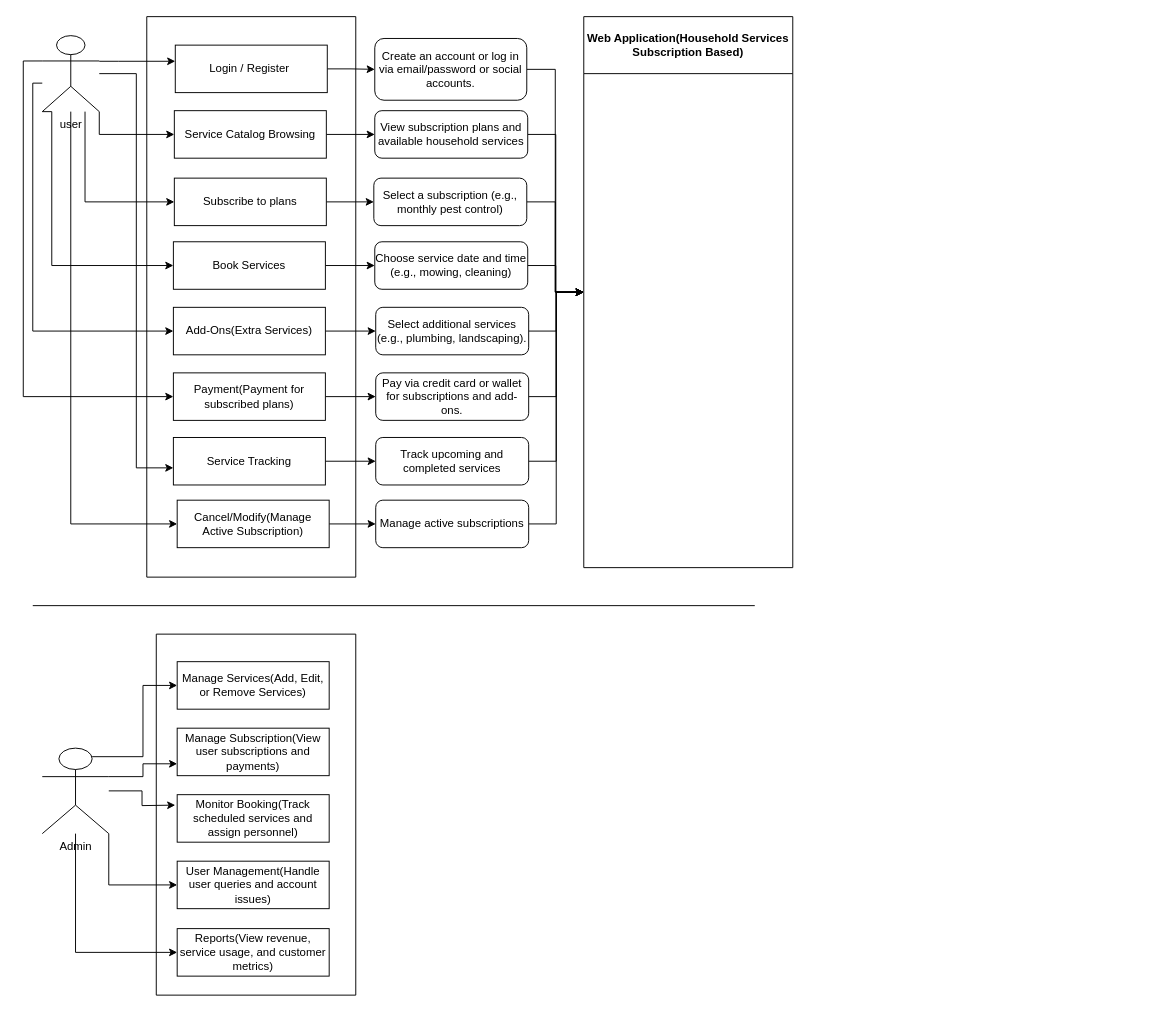
The draw.io diagram Untitled Diagram.drawio in revosambat/my_portfolio, before the edit. Source tidied: cells renumbered, new cells numbered last; positions are measured from the earlier drawing's top-left corner, leaving out a move shared by most shapes. Both pictures are drawn from the tidied source at 95%, with x=0, y=0 at pixel (32, 16).
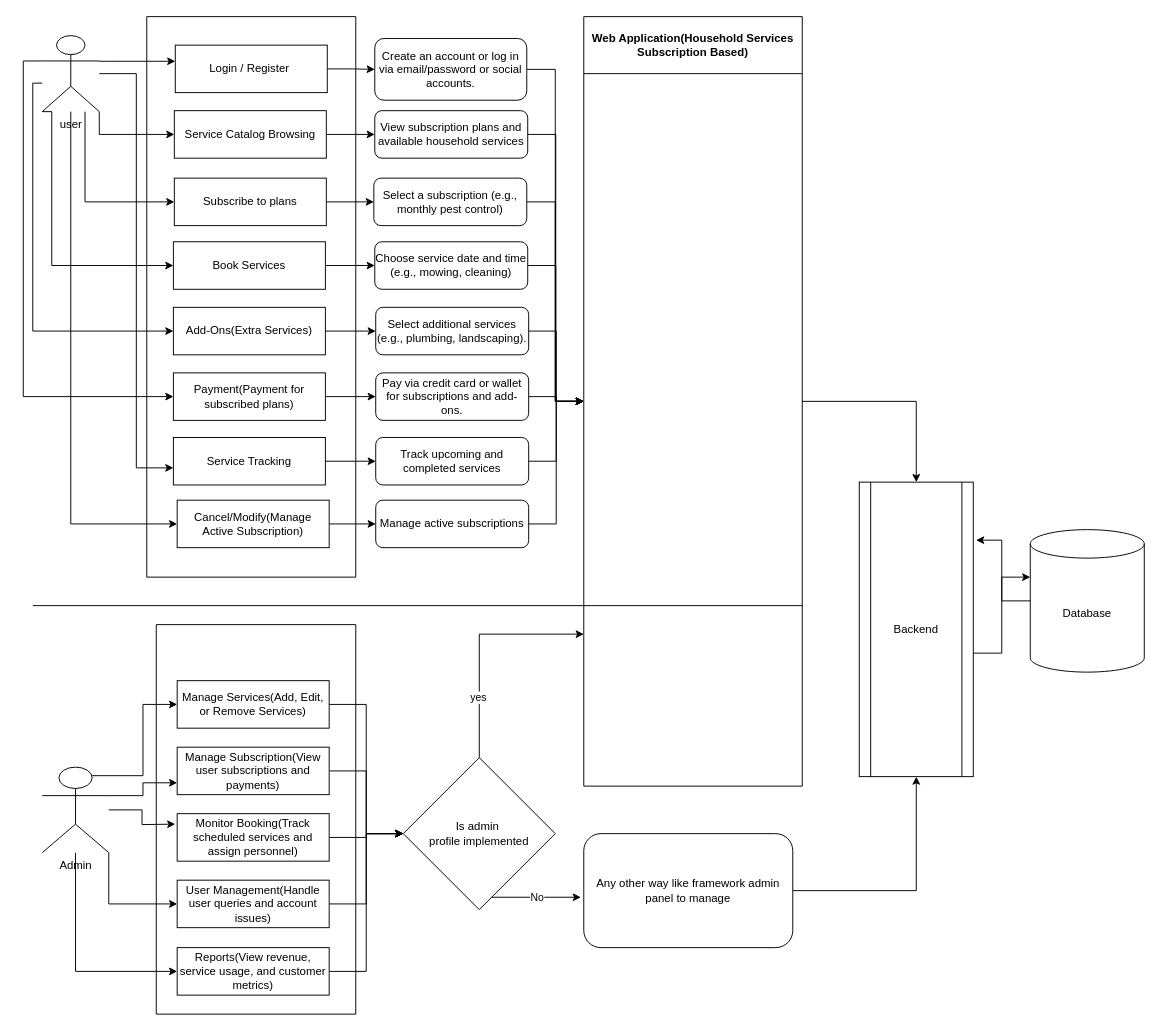
The same page after the edit.

Commit message:
total interaction with backend, complete design implemented

What changed in the source:
```diff
@@
     <mxCell id="14" style="edgeStyle=orthogonalEdgeStyle;rounded=0;jettySize=auto;html=1;" parent="1" edge="1" source="17">
       <mxGeometry relative="1" as="geometry">
-        <mxPoint x="150" y="830" as="targetPoint" />
+        <mxPoint x="150" y="850" as="targetPoint" />
       </mxGeometry>
     </mxCell>
     <mxCell id="15" style="edgeStyle=orthogonalEdgeStyle;rounded=0;jettySize=auto;html=1;entryX=0;entryY=0.5;entryDx=0;entryDy=0;" parent="1" edge="1" source="17" target="38">
       <mxGeometry relative="1" as="geometry">
         <Array as="points">
-          <mxPoint x="80" y="914" />
+          <mxPoint x="80" y="934" />
         </Array>
       </mxGeometry>
     </mxCell>
     <mxCell id="16" style="edgeStyle=orthogonalEdgeStyle;rounded=0;jettySize=auto;html=1;entryX=0;entryY=0.5;entryDx=0;entryDy=0;" parent="1" edge="1" source="17" target="39">
       <mxGeometry relative="1" as="geometry">
         <Array as="points">
-          <mxPoint x="45" y="985" />
+          <mxPoint x="45" y="1005" />
         </Array>
       </mxGeometry>
     </mxCell>
     <mxCell id="17" value="Admin" style="shape=umlActor;verticalLabelPosition=bottom;verticalAlign=top;html=1;outlineConnect=0;" parent="1" vertex="1">
-      <mxGeometry x="10" y="770" width="70" height="90" as="geometry" />
+      <mxGeometry x="10" y="790" width="70" height="90" as="geometry" />
     </mxCell>
@@
     <mxCell id="33" style="endArrow=none;html=1;rounded=0;" parent="1" edge="1">
       <mxGeometry relative="1" as="geometry">
         <mxPoint y="620" as="sourcePoint" />
-        <mxPoint x="760" y="620" as="targetPoint" />
+        <mxPoint x="810" y="620" as="targetPoint" />
       </mxGeometry>
     </mxCell>
@@
+    <mxCell id="58" style="edgeStyle=orthogonalEdgeStyle;rounded=0;jettySize=auto;html=1;entryX=0;entryY=0.5;entryDx=0;entryDy=0;" parent="1" edge="1" source="35" target="70">
+      <mxGeometry relative="1" as="geometry" />
+    </mxCell>
     <mxCell id="35" value="Manage Services(Add, Edit, or Remove Services)" style="rounded=0;whiteSpace=wrap;html=1;" parent="1" vertex="1">
-      <mxGeometry x="152" y="679" width="160" height="50" as="geometry" />
+      <mxGeometry x="152" y="699" width="160" height="50" as="geometry" />
     </mxCell>
+    <mxCell id="59" style="edgeStyle=orthogonalEdgeStyle;rounded=0;jettySize=auto;html=1;entryX=0;entryY=0.5;entryDx=0;entryDy=0;" parent="1" edge="1" source="36" target="70">
+      <mxGeometry relative="1" as="geometry" />
+    </mxCell>
     <mxCell id="36" value="Manage Subscription(View user subscriptions and payments)" style="rounded=0;whiteSpace=wrap;html=1;" parent="1" vertex="1">
-      <mxGeometry x="152" y="749" width="160" height="50" as="geometry" />
+      <mxGeometry x="152" y="769" width="160" height="50" as="geometry" />
     </mxCell>
+    <mxCell id="60" style="edgeStyle=orthogonalEdgeStyle;rounded=0;jettySize=auto;html=1;entryX=0;entryY=0.5;entryDx=0;entryDy=0;" parent="1" edge="1" source="37" target="70">
+      <mxGeometry relative="1" as="geometry" />
+    </mxCell>
     <mxCell id="37" value="Monitor Booking(Track scheduled services and assign personnel)" style="rounded=0;whiteSpace=wrap;html=1;" parent="1" vertex="1">
-      <mxGeometry x="152" y="819" width="160" height="50" as="geometry" />
+      <mxGeometry x="152" y="839" width="160" height="50" as="geometry" />
     </mxCell>
+    <mxCell id="61" style="edgeStyle=orthogonalEdgeStyle;rounded=0;jettySize=auto;html=1;entryX=0;entryY=0.5;entryDx=0;entryDy=0;" parent="1" edge="1" source="38" target="70">
+      <mxGeometry relative="1" as="geometry" />
+    </mxCell>
     <mxCell id="38" value="User Management(Handle user queries and account issues)" style="rounded=0;whiteSpace=wrap;html=1;" parent="1" vertex="1">
-      <mxGeometry x="152" y="889" width="160" height="50" as="geometry" />
+      <mxGeometry x="152" y="909" width="160" height="50" as="geometry" />
     </mxCell>
+    <mxCell id="62" style="edgeStyle=orthogonalEdgeStyle;rounded=0;jettySize=auto;html=1;entryX=0;entryY=0.5;entryDx=0;entryDy=0;" parent="1" edge="1" source="39" target="70">
+      <mxGeometry relative="1" as="geometry" />
+    </mxCell>
     <mxCell id="39" value="Reports(View revenue, service usage, and customer metrics)" style="rounded=0;whiteSpace=wrap;html=1;" parent="1" vertex="1">
-      <mxGeometry x="152" y="960" width="160" height="50" as="geometry" />
+      <mxGeometry x="152" y="980" width="160" height="50" as="geometry" />
     </mxCell>
@@
+    <mxCell id="63" style="edgeStyle=orthogonalEdgeStyle;rounded=0;jettySize=auto;html=1;entryX=0.5;entryY=0;entryDx=0;entryDy=0;" parent="1" edge="1" source="56" target="65">
+      <mxGeometry relative="1" as="geometry" />
+    </mxCell>
     <mxCell id="56" value="Web Application(Household Services Subscription Based)" style="swimlane;whiteSpace=wrap;html=1;startSize=60;" parent="1" vertex="1">
-      <mxGeometry x="580" width="220" height="580" as="geometry" />
+      <mxGeometry x="580" width="230" height="810" as="geometry" />
     </mxCell>
     <mxCell id="57" style="swimlane;startSize=0;" parent="1" vertex="1">
-      <mxGeometry x="130" y="650" width="210" height="380" as="geometry" />
+      <mxGeometry x="130" y="640" width="210" height="410" as="geometry" />
     </mxCell>
+    <mxCell id="64" value="Database" style="shape=cylinder3;whiteSpace=wrap;html=1;boundedLbl=1;backgroundOutline=1;size=15;" parent="1" vertex="1">
+      <mxGeometry x="1050" y="540" width="120" height="150" as="geometry" />
+    </mxCell>
+    <mxCell id="65" value="Backend" style="shape=process;whiteSpace=wrap;html=1;backgroundOutline=1;" parent="1" vertex="1">
+      <mxGeometry x="870" y="490" width="120" height="310" as="geometry" />
+    </mxCell>
+    <mxCell id="66" style="edgeStyle=orthogonalEdgeStyle;rounded=0;jettySize=auto;html=1;entryX=0;entryY=0;entryDx=0;entryDy=50;entryPerimeter=0;" parent="1" edge="1" source="65" target="64">
+      <mxGeometry relative="1" as="geometry">
+        <Array as="points">
+          <mxPoint x="1020" y="670" />
+          <mxPoint x="1020" y="590" />
+        </Array>
+      </mxGeometry>
+    </mxCell>
+    <mxCell id="67" style="edgeStyle=orthogonalEdgeStyle;rounded=0;jettySize=auto;html=1;entryX=1.025;entryY=0.197;entryDx=0;entryDy=0;entryPerimeter=0;" parent="1" edge="1" source="64" target="65">
+      <mxGeometry relative="1" as="geometry" />
+    </mxCell>
+    <mxCell id="68" style="edgeStyle=orthogonalEdgeStyle;rounded=0;jettySize=auto;html=1;" parent="1" edge="1" source="70">
+      <mxGeometry relative="1" as="geometry">
+        <mxPoint x="580" y="650" as="targetPoint" />
+        <Array as="points">
+          <mxPoint x="470" y="650" />
+        </Array>
+      </mxGeometry>
+    </mxCell>
+    <mxCell id="69" value="yes" style="edgeLabel;html=1;align=center;verticalAlign=middle;" parent="68" vertex="1">
+      <mxGeometry x="-0.47" y="2" relative="1" as="geometry" />
+    </mxCell>
+    <mxCell id="70" value="Is admin&amp;nbsp;&lt;div&gt;profile implemented&lt;/div&gt;" style="rhombus;whiteSpace=wrap;html=1;" parent="1" vertex="1">
+      <mxGeometry x="390" y="780" width="160" height="160" as="geometry" />
+    </mxCell>
+    <mxCell id="71" style="edgeStyle=orthogonalEdgeStyle;rounded=0;jettySize=auto;html=1;entryX=0.5;entryY=1;entryDx=0;entryDy=0;" parent="1" edge="1" source="72" target="65">
+      <mxGeometry relative="1" as="geometry" />
+    </mxCell>
+    <mxCell id="72" value="Any other way like framework admin panel to manage" style="rounded=1;whiteSpace=wrap;html=1;" parent="1" vertex="1">
+      <mxGeometry x="580" y="860" width="220" height="120" as="geometry" />
+    </mxCell>
+    <mxCell id="73" style="edgeStyle=orthogonalEdgeStyle;rounded=0;jettySize=auto;html=1;entryX=-0.014;entryY=0.558;entryDx=0;entryDy=0;entryPerimeter=0;" parent="1" edge="1" source="70" target="72">
+      <mxGeometry relative="1" as="geometry">
+        <Array as="points">
+          <mxPoint x="530" y="927" />
+          <mxPoint x="530" y="927" />
+        </Array>
+      </mxGeometry>
+    </mxCell>
+    <mxCell id="74" value="No" style="edgeLabel;html=1;align=center;verticalAlign=middle;" parent="73" vertex="1">
+      <mxGeometry relative="1" as="geometry" />
+    </mxCell>
```
